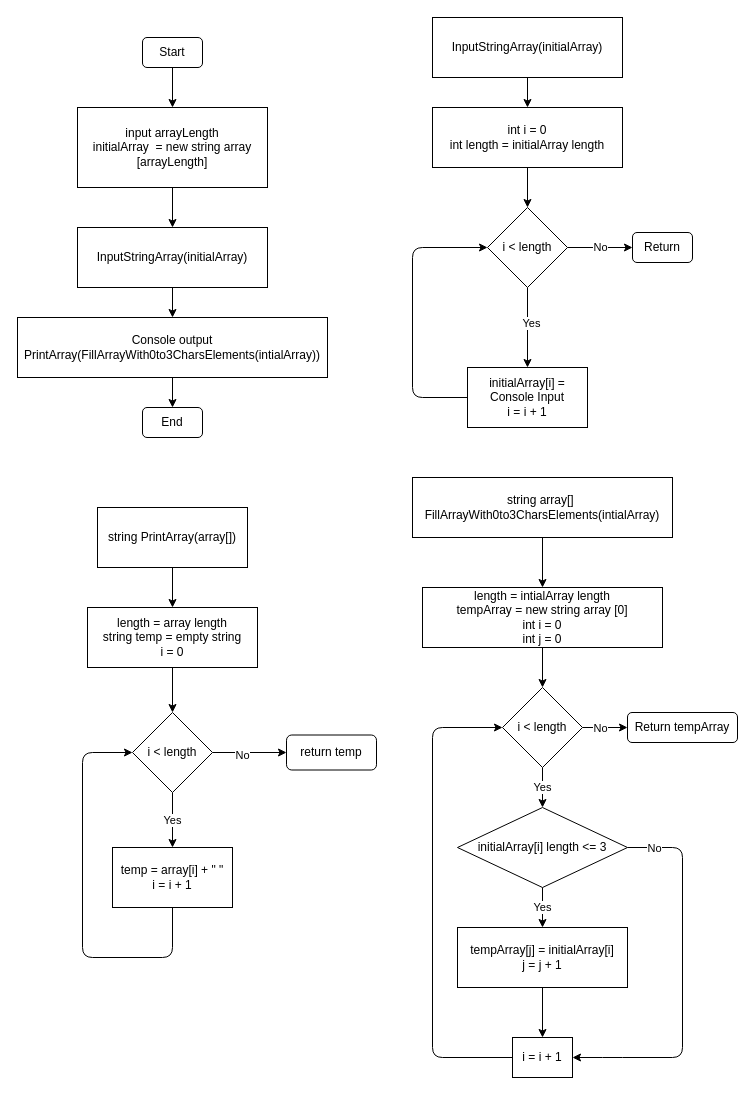
This is BlockDiagram.drawio from MaksimDorokhin/GBBlock1TestWork, a draw.io file, before an edit. Source tidied: cells renumbered, new cells numbered last; positions are measured from the earlier drawing's top-left corner, leaving out a move shared by most shapes. Both pictures are drawn from the tidied source at 100%, with x=0, y=0 at pixel (17, 17).
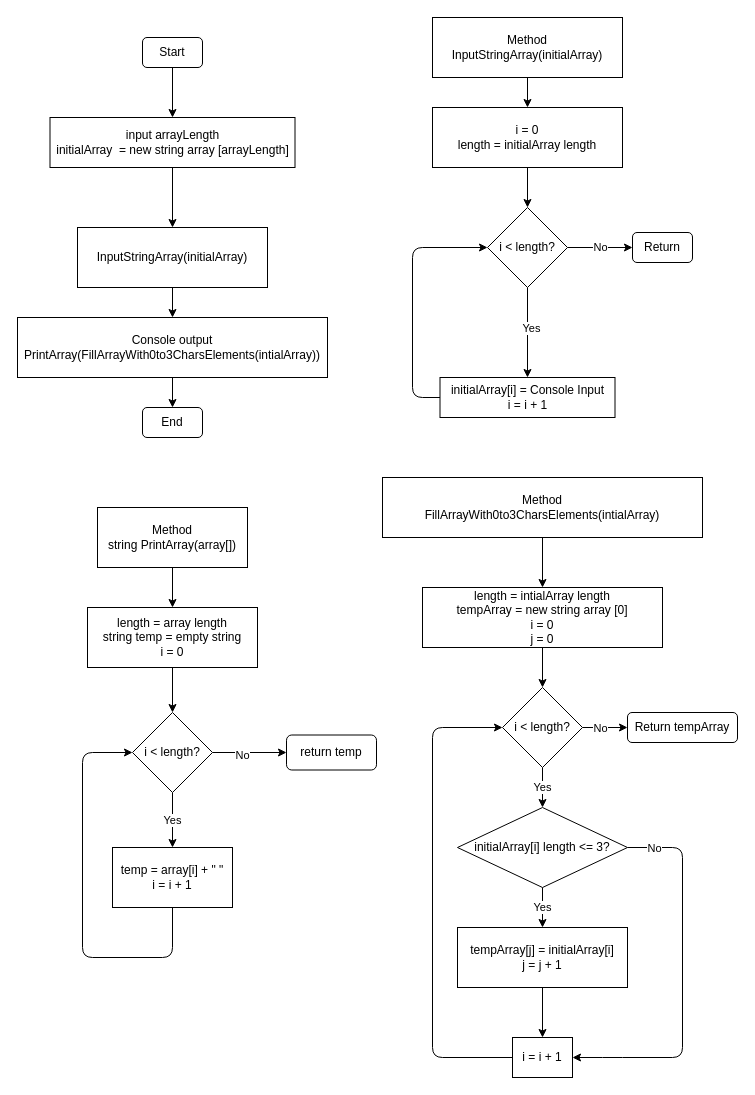
The same page after the edit.

Commit message (it also covers changes not shown here):
Updated Block Diagram & PNG output

What changed in the source:
```diff
@@
     <mxCell id="5" value="input arrayLength&lt;br&gt;initialArray&amp;nbsp; = new string array [arrayLength]" style="rounded=0;whiteSpace=wrap;html=1;" parent="1" vertex="1">
-      <mxGeometry x="60" y="90" width="190" height="80" as="geometry" />
+      <mxGeometry x="32.5" y="100" width="245" height="50" as="geometry" />
     </mxCell>
@@
-    <mxCell id="12" value="InputStringArray(initialArray)" style="rounded=0;whiteSpace=wrap;html=1;" parent="1" vertex="1">
+    <mxCell id="12" value="Method&lt;br&gt;InputStringArray(initialArray)" style="rounded=0;whiteSpace=wrap;html=1;" parent="1" vertex="1">
       <mxGeometry x="415" width="190" height="60" as="geometry" />
     </mxCell>
@@
-    <mxCell id="14" value="int i = 0&lt;br&gt;int length = initialArray length" style="rounded=0;whiteSpace=wrap;html=1;" parent="1" vertex="1">
+    <mxCell id="14" value="i = 0&lt;br&gt;length = initialArray length" style="rounded=0;whiteSpace=wrap;html=1;" parent="1" vertex="1">
       <mxGeometry x="415" y="90" width="190" height="60" as="geometry" />
     </mxCell>
@@
-    <mxCell id="18" value="i &amp;lt; length" style="rhombus;whiteSpace=wrap;html=1;" parent="1" vertex="1">
+    <mxCell id="18" value="i &amp;lt; length?" style="rhombus;whiteSpace=wrap;html=1;" parent="1" vertex="1">
       <mxGeometry x="470" y="190" width="80" height="80" as="geometry" />
     </mxCell>
@@
     <mxCell id="20" value="initialArray[i] = Console Input&lt;br&gt;i = i + 1" style="rounded=0;whiteSpace=wrap;html=1;" parent="1" vertex="1">
-      <mxGeometry x="450" y="350" width="120" height="60" as="geometry" />
+      <mxGeometry x="422.5" y="360" width="175" height="40" as="geometry" />
     </mxCell>
@@
-    <mxCell id="23" value="string array[]&amp;nbsp; FillArrayWith0to3CharsElements(intialArray)" style="rounded=0;whiteSpace=wrap;html=1;" parent="1" vertex="1">
-      <mxGeometry x="395" y="460" width="260" height="60" as="geometry" />
+    <mxCell id="23" value="Method&lt;br&gt;FillArrayWith0to3CharsElements(intialArray)" style="rounded=0;whiteSpace=wrap;html=1;" parent="1" vertex="1">
+      <mxGeometry x="365" y="460" width="320" height="60" as="geometry" />
     </mxCell>
@@
-    <mxCell id="25" value="length = intialArray length&lt;br&gt;tempArray = new string array [0]&lt;br&gt;int i = 0&lt;br&gt;int j = 0" style="rounded=0;whiteSpace=wrap;html=1;" parent="1" vertex="1">
+    <mxCell id="25" value="length = intialArray length&lt;br&gt;tempArray = new string array [0]&lt;br&gt;i = 0&lt;br&gt;j = 0" style="rounded=0;whiteSpace=wrap;html=1;" parent="1" vertex="1">
       <mxGeometry x="405" y="570" width="240" height="60" as="geometry" />
     </mxCell>
@@
-    <mxCell id="29" value="i &amp;lt; length" style="rhombus;whiteSpace=wrap;html=1;" parent="1" vertex="1">
+    <mxCell id="29" value="i &amp;lt; length?" style="rhombus;whiteSpace=wrap;html=1;" parent="1" vertex="1">
       <mxGeometry x="485" y="670" width="80" height="80" as="geometry" />
     </mxCell>
@@
-    <mxCell id="33" value="initialArray[i] length &amp;lt;= 3" style="rhombus;whiteSpace=wrap;html=1;" parent="1" vertex="1">
+    <mxCell id="33" value="initialArray[i] length &amp;lt;= 3?" style="rhombus;whiteSpace=wrap;html=1;" parent="1" vertex="1">
       <mxGeometry x="440" y="790" width="170" height="80" as="geometry" />
     </mxCell>
@@
-    <mxCell id="40" value="string PrintArray(array[])" style="rounded=0;whiteSpace=wrap;html=1;" parent="1" vertex="1">
+    <mxCell id="40" value="Method&lt;br&gt;string PrintArray(array[])" style="rounded=0;whiteSpace=wrap;html=1;" parent="1" vertex="1">
       <mxGeometry x="80" y="490" width="150" height="60" as="geometry" />
     </mxCell>
@@
-    <mxCell id="46" value="i &amp;lt; length" style="rhombus;whiteSpace=wrap;html=1;" parent="1" vertex="1">
+    <mxCell id="46" value="i &amp;lt; length?" style="rhombus;whiteSpace=wrap;html=1;" parent="1" vertex="1">
       <mxGeometry x="115" y="695" width="80" height="80" as="geometry" />
     </mxCell>
```
